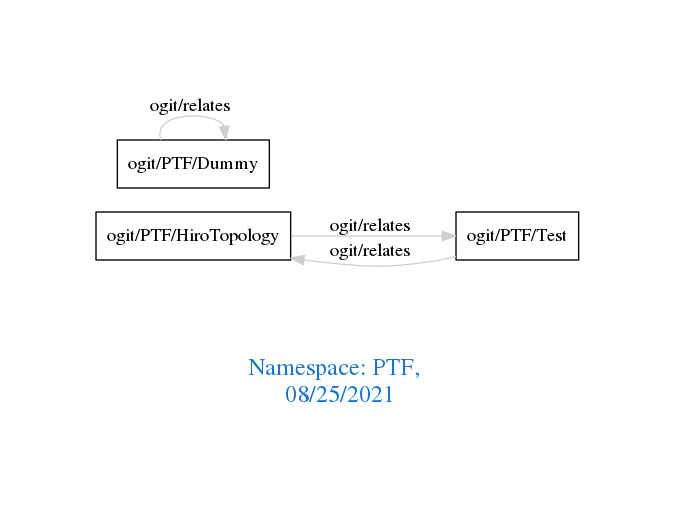
Above: downloads/PTF.png in arago/OGIT (Graphviz), before the change. Its source is kept beside it as downloads/PTF.dot.
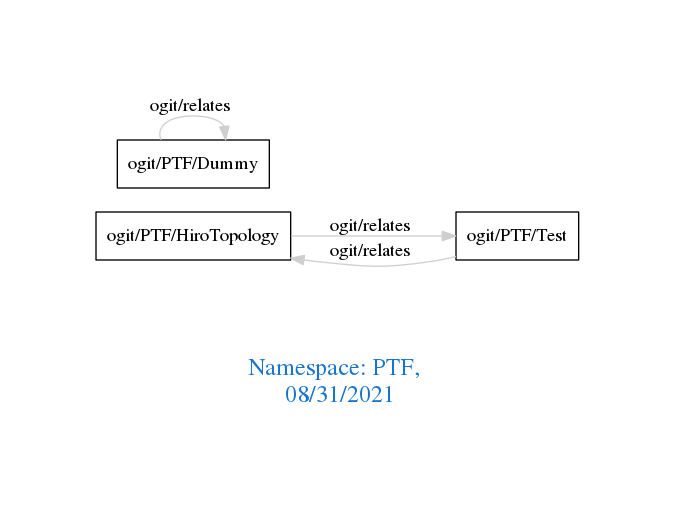
The same file after the commit.

The edit, as a diff of the source:
```diff
@@ -1,7 +1,7 @@
 digraph OGIT_ontology {
  graph [ rankdir= LR,pad=1
 fontsize = 18,
-fontcolor= dodgerblue3,label = "\n\n\nNamespace: PTF, \n 08/25/2021"];
+fontcolor= dodgerblue3,label = "\n\n\nNamespace: PTF, \n 08/31/2021"];
 node[shape=polygon];
 edge [  color="gray81"];
 
```
